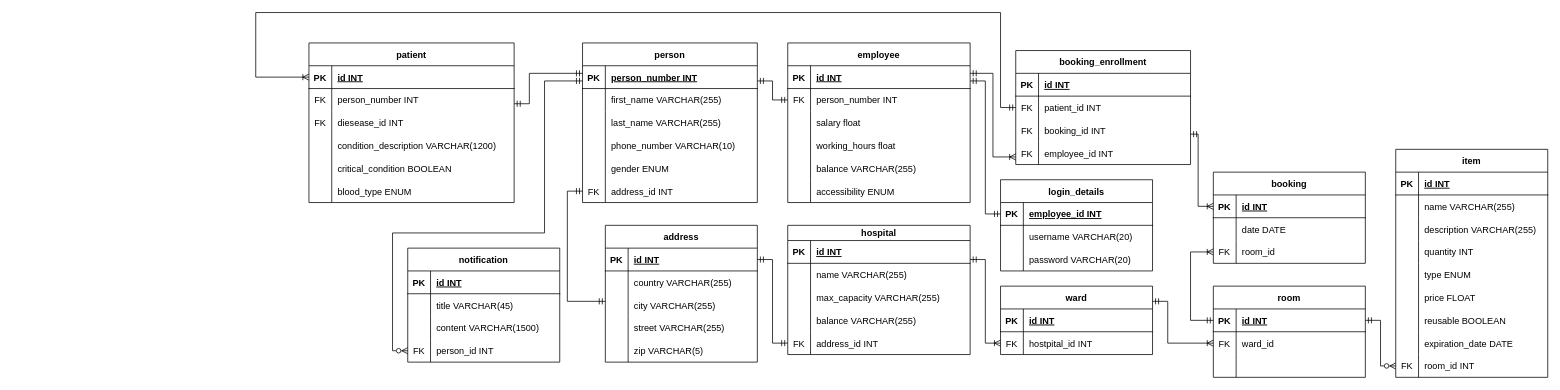
This is Diagrams/logical_model.drawio from mazrli/Grupp, a draw.io file, before an edit. Source tidied: cells renumbered, new cells numbered last; positions are measured from the earlier drawing's top-left corner, leaving out a move shared by most shapes. Both pictures are drawn from the tidied source at 76%, with x=0, y=0 at pixel (255, 12).
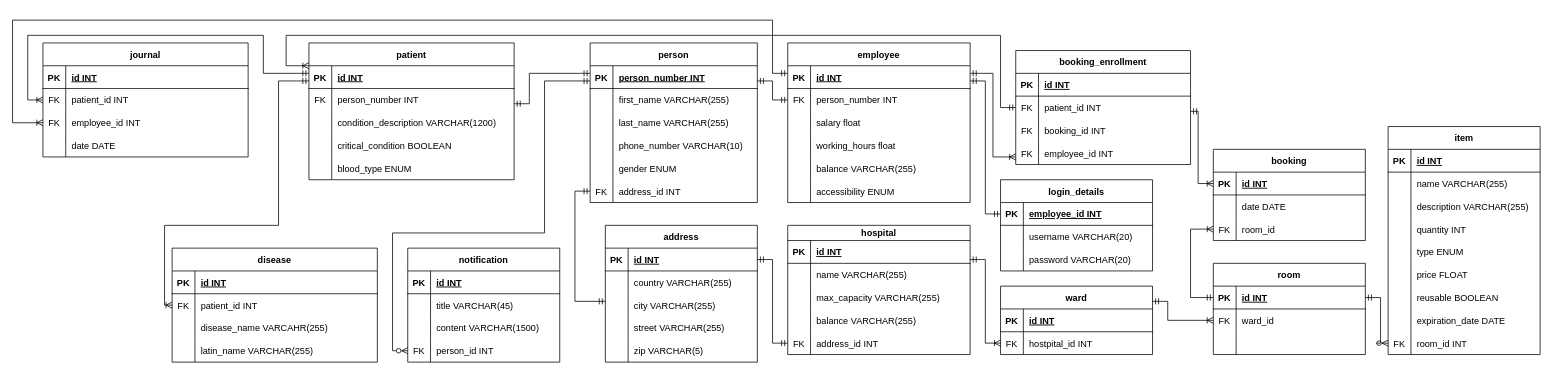
After the change.

The change refers to these unchanged cells:
```xml
<mxCell id="18" value="ward" style="shape=table;startSize=30;childLayout=tableLayout;rowLines=0;fontStyle=1;align=center;" parent="1" vertex="1">
  <mxGeometry x="980" y="360" width="200" height="90" as="geometry" />
</mxCell>
<mxCell id="25" value="address" style="shape=table;startSize=30;childLayout=tableLayout;rowLines=0;fontStyle=1;align=center;" parent="1" vertex="1">
  <mxGeometry x="460" y="280" width="200" height="180" as="geometry" />
</mxCell>
<mxCell id="43" style="shape=partialRectangle;fillColor=none;top=0;left=0;bottom=1;right=0;points=[[0,0.5],[1,0.5]];portConstraint=eastwest;" parent="42" vertex="1">
  <mxGeometry y="30" width="240" height="30" as="geometry" />
</mxCell>
<mxCell id="94" style="shape=partialRectangle;fillColor=none;top=0;left=0;bottom=1;right=0;points=[[0,0.5],[1,0.5]];portConstraint=eastwest;" parent="93" vertex="1">
  <mxGeometry y="30" width="270" height="30" as="geometry" />
</mxCell>
<mxCell id="115" style="shape=partialRectangle;fillColor=none;top=0;left=0;bottom=1;right=0;points=[[0,0.5],[1,0.5]];portConstraint=eastwest;" parent="114" vertex="1">
  <mxGeometry y="30" width="200" height="30" as="geometry" />
</mxCell>
<mxCell id="118" style="shape=partialRectangle;fillColor=none;top=0;left=0;bottom=0;right=0;points=[[0,0.5],[1,0.5]];portConstraint=eastwest;" parent="114" vertex="1">
  <mxGeometry y="60" width="200" height="30" as="geometry" />
</mxCell>
<mxCell id="150" style="shape=partialRectangle;fillColor=none;top=0;left=0;bottom=0;right=0;points=[[0,0.5],[1,0.5]];portConstraint=eastwest;" parent="125" vertex="1">
  <mxGeometry y="270" width="200" height="30" as="geometry" />
</mxCell>
<mxCell id="155" style="shape=partialRectangle;fillColor=none;top=0;left=0;bottom=1;right=0;points=[[0,0.5],[1,0.5]];portConstraint=eastwest;" parent="154" vertex="1">
  <mxGeometry y="30" width="200" height="30" as="geometry" />
</mxCell>
<mxCell id="161" style="shape=partialRectangle;fillColor=none;top=0;left=0;bottom=0;right=0;points=[[0,0.5],[1,0.5]];portConstraint=eastwest;" parent="154" vertex="1">
  <mxGeometry y="90" width="200" height="30" as="geometry" />
</mxCell>
<mxCell id="168" style="shape=partialRectangle;fillColor=none;top=0;left=0;bottom=0;right=0;points=[[0,0.5],[1,0.5]];portConstraint=eastwest;" parent="164" vertex="1">
  <mxGeometry y="60" width="230" height="30" as="geometry" />
</mxCell>
<mxCell id="171" style="shape=partialRectangle;fillColor=none;top=0;left=0;bottom=0;right=0;points=[[0,0.5],[1,0.5]];portConstraint=eastwest;" parent="164" vertex="1">
  <mxGeometry y="90" width="230" height="30" as="geometry" />
</mxCell>
```

Diff of the diagram source:
```diff
@@
     <mxCell id="61" value="person" style="shape=table;startSize=30;childLayout=tableLayout;rowLines=0;fontStyle=1;align=center;" parent="1" vertex="1">
-      <mxGeometry x="430" y="40" width="230" height="210" as="geometry" />
+      <mxGeometry x="440" y="40" width="220" height="210" as="geometry" />
     </mxCell>
     <mxCell id="62" style="shape=partialRectangle;fillColor=none;top=0;left=0;bottom=1;right=0;points=[[0,0.5],[1,0.5]];portConstraint=eastwest;" parent="61" vertex="1">
-      <mxGeometry y="30" width="230" height="30" as="geometry" />
+      <mxGeometry y="30" width="220" height="30" as="geometry" />
     </mxCell>
@@
     <mxCell id="64" value="person_number INT" style="shape=partialRectangle;fillColor=none;top=0;left=0;bottom=0;right=0;align=left;spacingLeft=6;fontStyle=5;overflow=hidden;" parent="62" vertex="1">
-      <mxGeometry x="30" width="200" height="30" as="geometry" />
+      <mxGeometry x="30" width="190" height="30" as="geometry" />
     </mxCell>
     <mxCell id="65" style="shape=partialRectangle;fillColor=none;top=0;left=0;bottom=0;right=0;" parent="61" vertex="1">
-      <mxGeometry y="60" width="230" height="30" as="geometry" />
+      <mxGeometry y="60" width="220" height="30" as="geometry" />
     </mxCell>
@@
     <mxCell id="67" value="first_name VARCHAR(255)" style="shape=partialRectangle;fillColor=none;top=0;left=0;bottom=0;right=0;align=left;spacingLeft=6;overflow=hidden;" parent="65" vertex="1">
-      <mxGeometry x="30" width="200" height="30" as="geometry" />
+      <mxGeometry x="30" width="190" height="30" as="geometry" />
     </mxCell>
     <mxCell id="68" style="shape=partialRectangle;fillColor=none;top=0;left=0;bottom=0;right=0;" parent="61" vertex="1">
-      <mxGeometry y="90" width="230" height="30" as="geometry" />
+      <mxGeometry y="90" width="220" height="30" as="geometry" />
     </mxCell>
@@
     <mxCell id="70" value="last_name VARCHAR(255)" style="shape=partialRectangle;fillColor=none;top=0;left=0;bottom=0;right=0;align=left;spacingLeft=6;overflow=hidden;" parent="68" vertex="1">
-      <mxGeometry x="30" width="200" height="30" as="geometry" />
+      <mxGeometry x="30" width="190" height="30" as="geometry" />
     </mxCell>
     <mxCell id="71" style="shape=partialRectangle;fillColor=none;top=0;left=0;bottom=0;right=0;" parent="61" vertex="1">
-      <mxGeometry y="120" width="230" height="30" as="geometry" />
+      <mxGeometry y="120" width="220" height="30" as="geometry" />
     </mxCell>
@@
     <mxCell id="73" value="phone_number VARCHAR(10)" style="shape=partialRectangle;fillColor=none;top=0;left=0;bottom=0;right=0;align=left;spacingLeft=6;overflow=hidden;" parent="71" vertex="1">
-      <mxGeometry x="30" width="200" height="30" as="geometry" />
+      <mxGeometry x="30" width="190" height="30" as="geometry" />
     </mxCell>
     <mxCell id="74" style="shape=partialRectangle;fillColor=none;top=0;left=0;bottom=0;right=0;" parent="61" vertex="1">
-      <mxGeometry y="150" width="230" height="30" as="geometry" />
+      <mxGeometry y="150" width="220" height="30" as="geometry" />
     </mxCell>
@@
     <mxCell id="76" value="gender ENUM" style="shape=partialRectangle;fillColor=none;top=0;left=0;bottom=0;right=0;align=left;spacingLeft=6;overflow=hidden;" parent="74" vertex="1">
-      <mxGeometry x="30" width="200" height="30" as="geometry" />
+      <mxGeometry x="30" width="190" height="30" as="geometry" />
     </mxCell>
     <mxCell id="77" style="shape=partialRectangle;fillColor=none;top=0;left=0;bottom=0;right=0;points=[[0,0.5],[1,0.5]];portConstraint=eastwest;" parent="61" vertex="1">
-      <mxGeometry y="180" width="230" height="30" as="geometry" />
+      <mxGeometry y="180" width="220" height="30" as="geometry" />
     </mxCell>
@@
     <mxCell id="79" value="address_id INT" style="shape=partialRectangle;fillColor=none;top=0;left=0;bottom=0;right=0;align=left;spacingLeft=6;overflow=hidden;" parent="77" vertex="1">
-      <mxGeometry x="30" width="200" height="30" as="geometry" />
+      <mxGeometry x="30" width="190" height="30" as="geometry" />
     </mxCell>
     <mxCell id="80" style="edgeStyle=orthogonalEdgeStyle;rounded=0;jettySize=auto;html=1;startArrow=ERmandOne;startFill=0;endArrow=ERmandOne;endFill=0;" parent="1" edge="1" source="77" target="25">
       <mxGeometry relative="1" as="geometry">
         <Array as="points">
-          <mxPoint x="410" y="235" />
-          <mxPoint x="410" y="380" />
+          <mxPoint x="420" y="235" />
+          <mxPoint x="420" y="380" />
         </Array>
       </mxGeometry>
     </mxCell>
@@
     <mxCell id="93" value="patient" style="shape=table;startSize=30;childLayout=tableLayout;rowLines=0;fontStyle=1;align=center;" parent="1" vertex="1">
-      <mxGeometry x="70" y="40" width="270" height="210" as="geometry" />
+      <mxGeometry x="70" y="40" width="270" height="180" as="geometry" />
     </mxCell>
@@
-    <mxCell id="100" style="shape=partialRectangle;fillColor=none;top=0;left=0;bottom=0;right=0;" parent="93" vertex="1">
-      <mxGeometry y="90" width="270" height="30" as="geometry" />
-    </mxCell>
-    <mxCell id="101" value="FK" style="shape=partialRectangle;fillColor=none;top=0;left=0;bottom=0;right=0;overflow=hidden;" parent="100" vertex="1">
-      <mxGeometry width="30" height="30" as="geometry" />
-    </mxCell>
-    <mxCell id="102" value="diesease_id INT" style="shape=partialRectangle;fillColor=none;top=0;left=0;bottom=0;right=0;align=left;spacingLeft=6;overflow=hidden;" parent="100" vertex="1">
-      <mxGeometry x="30" width="240" height="30" as="geometry" />
-    </mxCell>
     <mxCell id="103" style="shape=partialRectangle;fillColor=none;top=0;left=0;bottom=0;right=0;" parent="93" vertex="1">
-      <mxGeometry y="120" width="270" height="30" as="geometry" />
+      <mxGeometry y="90" width="270" height="30" as="geometry" />
     </mxCell>
@@
     <mxCell id="106" style="shape=partialRectangle;fillColor=none;top=0;left=0;bottom=0;right=0;" parent="93" vertex="1">
-      <mxGeometry y="150" width="270" height="30" as="geometry" />
+      <mxGeometry y="120" width="270" height="30" as="geometry" />
     </mxCell>
@@
     <mxCell id="109" style="shape=partialRectangle;fillColor=none;top=0;left=0;bottom=0;right=0;" parent="93" vertex="1">
-      <mxGeometry y="180" width="270" height="30" as="geometry" />
+      <mxGeometry y="150" width="270" height="30" as="geometry" />
     </mxCell>
@@
     <mxCell id="113" style="edgeStyle=orthogonalEdgeStyle;rounded=0;jettySize=auto;html=1;startArrow=ERoneToMany;startFill=0;endArrow=ERmandOne;endFill=0;" parent="1" edge="1" source="118" target="18">
       <mxGeometry relative="1" as="geometry">
         <Array as="points">
-          <mxPoint x="1200" y="435" />
+          <mxPoint x="1200" y="405" />
           <mxPoint x="1200" y="380" />
         </Array>
       </mxGeometry>
     </mxCell>
     <mxCell id="114" value="room" style="shape=table;startSize=30;childLayout=tableLayout;rowLines=0;fontStyle=1;align=center;" parent="1" vertex="1">
-      <mxGeometry x="1260" y="360" width="200" height="120" as="geometry" />
+      <mxGeometry x="1260" y="330" width="200" height="120" as="geometry" />
     </mxCell>
@@
     <mxCell id="125" value="item" style="shape=table;startSize=30;childLayout=tableLayout;rowLines=0;fontStyle=1;align=center;" parent="1" vertex="1">
-      <mxGeometry x="1500" y="180" width="200" height="300" as="geometry" />
+      <mxGeometry x="1490" y="150" width="200" height="300" as="geometry" />
     </mxCell>
@@
     <mxCell id="153" style="edgeStyle=orthogonalEdgeStyle;rounded=0;jettySize=auto;html=1;startArrow=ERzeroToMany;startFill=0;endArrow=ERmandOne;endFill=0;" parent="1" edge="1" source="150" target="115">
       <mxGeometry relative="1" as="geometry">
         <Array as="points">
-          <mxPoint x="1480" y="465" />
-          <mxPoint x="1480" y="405" />
+          <mxPoint x="1480" y="435" />
+          <mxPoint x="1480" y="375" />
         </Array>
       </mxGeometry>
     </mxCell>
     <mxCell id="154" value="booking" style="shape=table;startSize=30;childLayout=tableLayout;rowLines=0;fontStyle=1;align=center;" parent="1" vertex="1">
-      <mxGeometry x="1260" y="210" width="200" height="120" as="geometry" />
+      <mxGeometry x="1260" y="180" width="200" height="120" as="geometry" />
     </mxCell>
@@
-    <mxCell id="177" style="edgeStyle=orthogonalEdgeStyle;rounded=0;jettySize=auto;html=1;startArrow=ERmandOne;startFill=0;endArrow=ERoneToMany;endFill=0;" parent="1" edge="1" source="171" target="155">
+    <mxCell id="177" style="edgeStyle=orthogonalEdgeStyle;rounded=0;jettySize=auto;html=1;startArrow=ERmandOne;startFill=0;endArrow=ERoneToMany;endFill=0;" parent="1" edge="1" target="155">
       <mxGeometry relative="1" as="geometry">
+        <mxPoint x="1230" y="130" as="sourcePoint" />
         <Array as="points">
-          <mxPoint x="1240" y="160" />
-          <mxPoint x="1240" y="255" />
+          <mxPoint x="1240" y="130" />
+          <mxPoint x="1240" y="225" />
         </Array>
       </mxGeometry>
     </mxCell>
@@
     <mxCell id="179" style="edgeStyle=orthogonalEdgeStyle;rounded=0;jettySize=auto;html=1;startArrow=ERoneToMany;startFill=0;endArrow=ERmandOne;endFill=0;" parent="1" edge="1" source="161" target="115">
       <mxGeometry relative="1" as="geometry">
         <Array as="points">
-          <mxPoint x="1230" y="315" />
-          <mxPoint x="1230" y="405" />
+          <mxPoint x="1230" y="285" />
+          <mxPoint x="1230" y="375" />
         </Array>
       </mxGeometry>
     </mxCell>
-    <mxCell id="180" style="edgeStyle=orthogonalEdgeStyle;rounded=0;jettySize=auto;html=1;exitX=0;exitY=0.5;exitDx=0;exitDy=0;entryX=0;entryY=0.5;entryDx=0;entryDy=0;startArrow=ERmandOne;startFill=0;endArrow=ERoneToMany;endFill=0;" parent="1" edge="1" source="168" target="94">
+    <mxCell id="180" style="edgeStyle=orthogonalEdgeStyle;rounded=0;jettySize=auto;html=1;exitX=0;exitY=0.5;exitDx=0;exitDy=0;startArrow=ERmandOne;startFill=0;endArrow=ERoneToMany;endFill=0;" parent="1" edge="1" source="168" target="94">
       <mxGeometry relative="1" as="geometry">
         <Array as="points">
           <mxPoint x="980" y="125" />
-          <mxPoint x="980" />
-          <mxPoint />
-          <mxPoint y="85" />
+          <mxPoint x="980" y="30" />
+          <mxPoint x="40" y="30" />
+          <mxPoint x="40" y="70" />
         </Array>
       </mxGeometry>
     </mxCell>
@@
+    <mxCell id="195" value="disease" style="shape=table;startSize=30;childLayout=tableLayout;rowLines=0;fontStyle=1;align=center;" parent="1" vertex="1">
+      <mxGeometry x="-110" y="310" width="270" height="150" as="geometry" />
+    </mxCell>
+    <mxCell id="196" style="shape=partialRectangle;fillColor=none;top=0;left=0;bottom=1;right=0;" parent="195" vertex="1">
+      <mxGeometry y="30" width="270" height="30" as="geometry" />
+    </mxCell>
+    <mxCell id="197" value="PK" style="shape=partialRectangle;fillColor=none;top=0;left=0;bottom=0;right=0;fontStyle=1;overflow=hidden;" parent="196" vertex="1">
+      <mxGeometry width="30" height="30" as="geometry" />
+    </mxCell>
+    <mxCell id="198" value="id INT" style="shape=partialRectangle;fillColor=none;top=0;left=0;bottom=0;right=0;align=left;spacingLeft=6;fontStyle=5;overflow=hidden;" parent="196" vertex="1">
+      <mxGeometry x="30" width="240" height="30" as="geometry" />
+    </mxCell>
+    <mxCell id="199" style="shape=partialRectangle;fillColor=none;top=0;left=0;bottom=0;right=0;points=[[0,0.5],[1,0.5]];portConstraint=eastwest;" parent="195" vertex="1">
+      <mxGeometry y="60" width="270" height="30" as="geometry" />
+    </mxCell>
+    <mxCell id="200" value="FK" style="shape=partialRectangle;fillColor=none;top=0;left=0;bottom=0;right=0;overflow=hidden;" parent="199" vertex="1">
+      <mxGeometry width="30" height="30" as="geometry" />
+    </mxCell>
+    <mxCell id="201" value="patient_id INT" style="shape=partialRectangle;fillColor=none;top=0;left=0;bottom=0;right=0;align=left;spacingLeft=6;overflow=hidden;" parent="199" vertex="1">
+      <mxGeometry x="30" width="240" height="30" as="geometry" />
+    </mxCell>
+    <mxCell id="202" style="shape=partialRectangle;fillColor=none;top=0;left=0;bottom=0;right=0;" parent="195" vertex="1">
+      <mxGeometry y="90" width="270" height="30" as="geometry" />
+    </mxCell>
+    <mxCell id="203" style="shape=partialRectangle;fillColor=none;top=0;left=0;bottom=0;right=0;overflow=hidden;" parent="202" vertex="1">
+      <mxGeometry width="30" height="30" as="geometry" />
+    </mxCell>
+    <mxCell id="204" value="disease_name VARCAHR(255)" style="shape=partialRectangle;fillColor=none;top=0;left=0;bottom=0;right=0;align=left;spacingLeft=6;overflow=hidden;" parent="202" vertex="1">
+      <mxGeometry x="30" width="240" height="30" as="geometry" />
+    </mxCell>
+    <mxCell id="205" style="shape=partialRectangle;fillColor=none;top=0;left=0;bottom=0;right=0;" parent="195" vertex="1">
+      <mxGeometry y="120" width="270" height="30" as="geometry" />
+    </mxCell>
+    <mxCell id="206" style="shape=partialRectangle;fillColor=none;top=0;left=0;bottom=0;right=0;overflow=hidden;" parent="205" vertex="1">
+      <mxGeometry width="30" height="30" as="geometry" />
+    </mxCell>
+    <mxCell id="207" value="latin_name VARCHAR(255)" style="shape=partialRectangle;fillColor=none;top=0;left=0;bottom=0;right=0;align=left;spacingLeft=6;overflow=hidden;" parent="205" vertex="1">
+      <mxGeometry x="30" width="240" height="30" as="geometry" />
+    </mxCell>
+    <mxCell id="208" style="edgeStyle=orthogonalEdgeStyle;rounded=0;jettySize=auto;html=1;exitX=0;exitY=0.5;exitDx=0;exitDy=0;endArrow=ERmandOne;endFill=0;startArrow=ERoneToMany;startFill=0;" parent="1" edge="1" source="199" target="94">
+      <mxGeometry relative="1" as="geometry">
+        <Array as="points">
+          <mxPoint x="-120" y="385" />
+          <mxPoint x="-120" y="280" />
+          <mxPoint x="30" y="280" />
+          <mxPoint x="30" y="90" />
+        </Array>
+      </mxGeometry>
+    </mxCell>
+    <mxCell id="209" value="journal" style="shape=table;startSize=30;childLayout=tableLayout;rowLines=0;fontStyle=1;align=center;" parent="1" vertex="1">
+      <mxGeometry x="-280" y="40" width="270" height="150" as="geometry" />
+    </mxCell>
+    <mxCell id="210" style="shape=partialRectangle;fillColor=none;top=0;left=0;bottom=1;right=0;" parent="209" vertex="1">
+      <mxGeometry y="30" width="270" height="30" as="geometry" />
+    </mxCell>
+    <mxCell id="211" value="PK" style="shape=partialRectangle;fillColor=none;top=0;left=0;bottom=0;right=0;fontStyle=1;overflow=hidden;" parent="210" vertex="1">
+      <mxGeometry width="30" height="30" as="geometry" />
+    </mxCell>
+    <mxCell id="212" value="id INT" style="shape=partialRectangle;fillColor=none;top=0;left=0;bottom=0;right=0;align=left;spacingLeft=6;fontStyle=5;overflow=hidden;" parent="210" vertex="1">
+      <mxGeometry x="30" width="240" height="30" as="geometry" />
+    </mxCell>
+    <mxCell id="213" style="shape=partialRectangle;fillColor=none;top=0;left=0;bottom=0;right=0;points=[[0,0.5],[1,0.5]];portConstraint=eastwest;" parent="209" vertex="1">
+      <mxGeometry y="60" width="270" height="30" as="geometry" />
+    </mxCell>
+    <mxCell id="214" value="FK" style="shape=partialRectangle;fillColor=none;top=0;left=0;bottom=0;right=0;overflow=hidden;" parent="213" vertex="1">
+      <mxGeometry width="30" height="30" as="geometry" />
+    </mxCell>
+    <mxCell id="215" value="patient_id INT" style="shape=partialRectangle;fillColor=none;top=0;left=0;bottom=0;right=0;align=left;spacingLeft=6;overflow=hidden;" parent="213" vertex="1">
+      <mxGeometry x="30" width="240" height="30" as="geometry" />
+    </mxCell>
+    <mxCell id="216" style="shape=partialRectangle;fillColor=none;top=0;left=0;bottom=0;right=0;points=[[0,0.5],[1,0.5]];portConstraint=eastwest;" parent="209" vertex="1">
+      <mxGeometry y="90" width="270" height="30" as="geometry" />
+    </mxCell>
+    <mxCell id="217" value="FK" style="shape=partialRectangle;fillColor=none;top=0;left=0;bottom=0;right=0;overflow=hidden;" parent="216" vertex="1">
+      <mxGeometry width="30" height="30" as="geometry" />
+    </mxCell>
+    <mxCell id="218" value="employee_id INT" style="shape=partialRectangle;fillColor=none;top=0;left=0;bottom=0;right=0;align=left;spacingLeft=6;overflow=hidden;" parent="216" vertex="1">
+      <mxGeometry x="30" width="240" height="30" as="geometry" />
+    </mxCell>
+    <mxCell id="219" style="shape=partialRectangle;fillColor=none;top=0;left=0;bottom=0;right=0;" parent="209" vertex="1">
+      <mxGeometry y="120" width="270" height="30" as="geometry" />
+    </mxCell>
+    <mxCell id="220" style="shape=partialRectangle;fillColor=none;top=0;left=0;bottom=0;right=0;overflow=hidden;" parent="219" vertex="1">
+      <mxGeometry width="30" height="30" as="geometry" />
+    </mxCell>
+    <mxCell id="221" value="date DATE" style="shape=partialRectangle;fillColor=none;top=0;left=0;bottom=0;right=0;align=left;spacingLeft=6;overflow=hidden;" parent="219" vertex="1">
+      <mxGeometry x="30" width="240" height="30" as="geometry" />
+    </mxCell>
+    <mxCell id="222" style="edgeStyle=orthogonalEdgeStyle;rounded=0;jettySize=auto;html=1;exitX=0;exitY=0.5;exitDx=0;exitDy=0;startArrow=ERoneToMany;startFill=0;endArrow=ERmandOne;endFill=0;" parent="1" edge="1" source="213" target="94">
+      <mxGeometry relative="1" as="geometry">
+        <Array as="points">
+          <mxPoint x="-300" y="115" />
+          <mxPoint x="-300" y="30" />
+          <mxPoint x="10" y="30" />
+          <mxPoint x="10" y="80" />
+        </Array>
+      </mxGeometry>
+    </mxCell>
+    <mxCell id="223" style="edgeStyle=orthogonalEdgeStyle;rounded=0;jettySize=auto;html=1;exitX=0;exitY=0.5;exitDx=0;exitDy=0;startArrow=ERoneToMany;startFill=0;endArrow=ERmandOne;endFill=0;" parent="1" edge="1" source="216" target="43">
+      <mxGeometry relative="1" as="geometry">
+        <Array as="points">
+          <mxPoint x="-320" y="145" />
+          <mxPoint x="-320" y="10" />
+          <mxPoint x="680" y="10" />
+          <mxPoint x="680" y="80" />
+        </Array>
+      </mxGeometry>
+    </mxCell>
```
